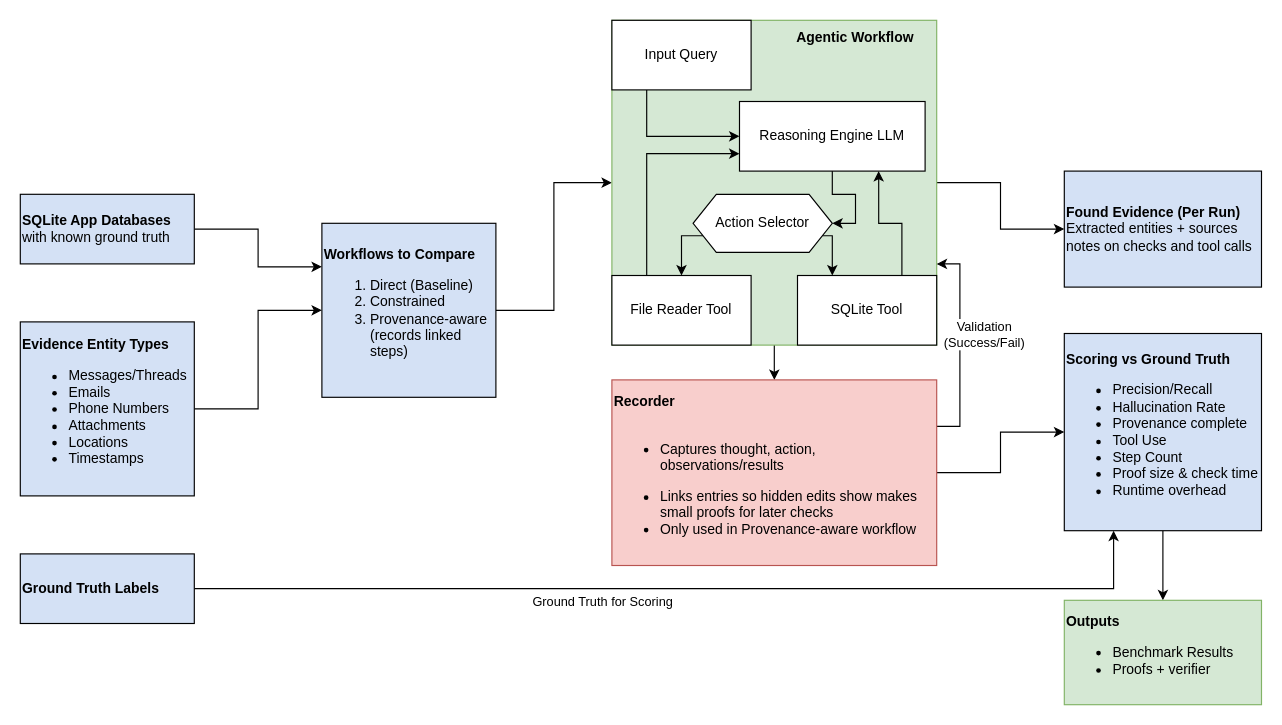
This is page "Page-5" (3 of 3) of Agentic-Research.drawio from toyeafo/agentic-forensic-research, a draw.io file, before an edit. Source tidied: cells renumbered, new cells numbered last; positions are measured from the earlier drawing's top-left corner, leaving out a move shared by most shapes. Both pictures are drawn from the tidied source at 116%, with x=0, y=0 at pixel (20, 20).
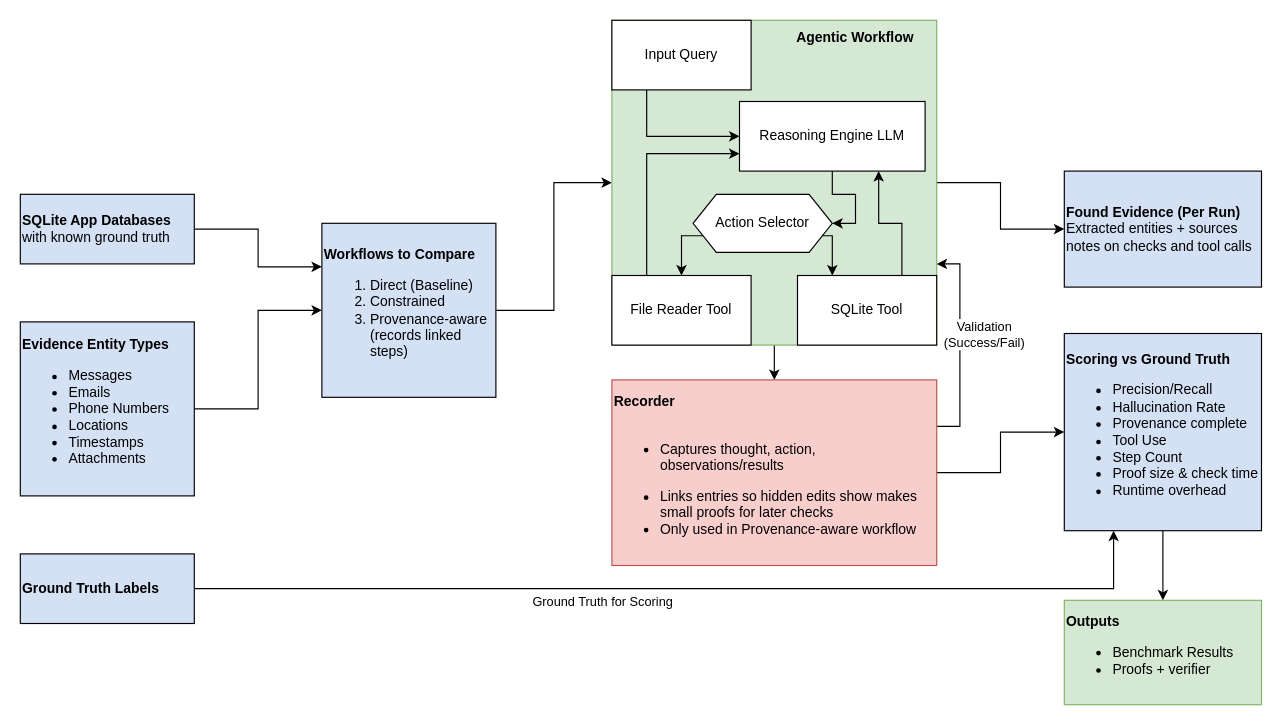
The same page after the edit.

The edit, as a diff of the source:
```diff
@@
-    <mxCell id="5" value="&lt;div&gt;&lt;b&gt;Evidence Entity Types&lt;/b&gt;&lt;/div&gt;&lt;div&gt;&lt;ul&gt;&lt;li&gt;Messages/Threads&lt;/li&gt;&lt;li&gt;Emails&lt;/li&gt;&lt;li&gt;Phone Numbers&lt;/li&gt;&lt;li&gt;Attachments&lt;/li&gt;&lt;li&gt;Locations&lt;/li&gt;&lt;li&gt;Timestamps&lt;/li&gt;&lt;/ul&gt;&lt;/div&gt;" style="whiteSpace=wrap;html=1;align=left;fillColor=#D4E1F5;" parent="1" vertex="1">
+    <mxCell id="5" value="&lt;div&gt;&lt;b&gt;Evidence Entity Types&lt;/b&gt;&lt;/div&gt;&lt;div&gt;&lt;ul&gt;&lt;li&gt;Messages&lt;/li&gt;&lt;li&gt;Emails&lt;/li&gt;&lt;li&gt;Phone Numbers&lt;/li&gt;&lt;li&gt;Locations&lt;/li&gt;&lt;li&gt;Timestamps&lt;/li&gt;&lt;li&gt;Attachments&lt;/li&gt;&lt;/ul&gt;&lt;/div&gt;" style="whiteSpace=wrap;html=1;align=left;fillColor=#D4E1F5;" parent="1" vertex="1">
       <mxGeometry y="260" width="150" height="150" as="geometry" />
     </mxCell>
```
